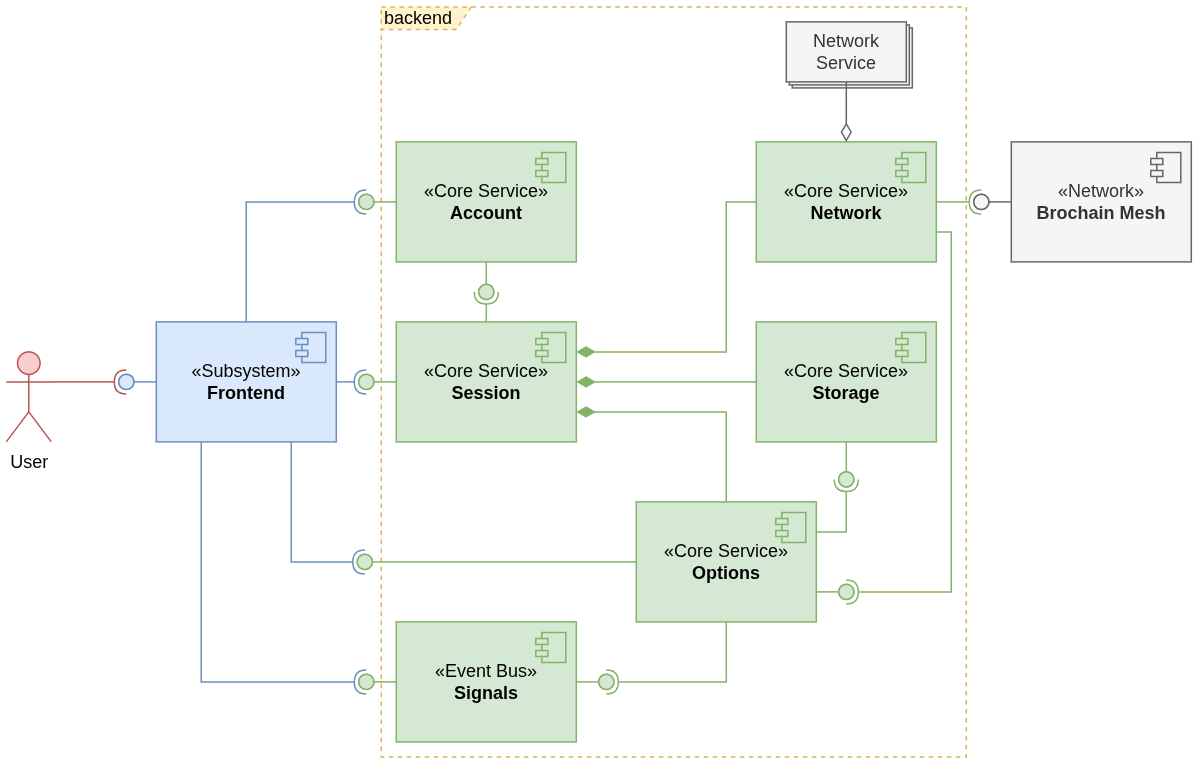
This is docs/brochain.vessel.backend.cmp.png from abetaev/brochain, a draw.io export, as it was before one commit. Source tidied: cells renumbered, new cells last; positions are measured from the earlier drawing's top-left corner, leaving out a move shared by most shapes.
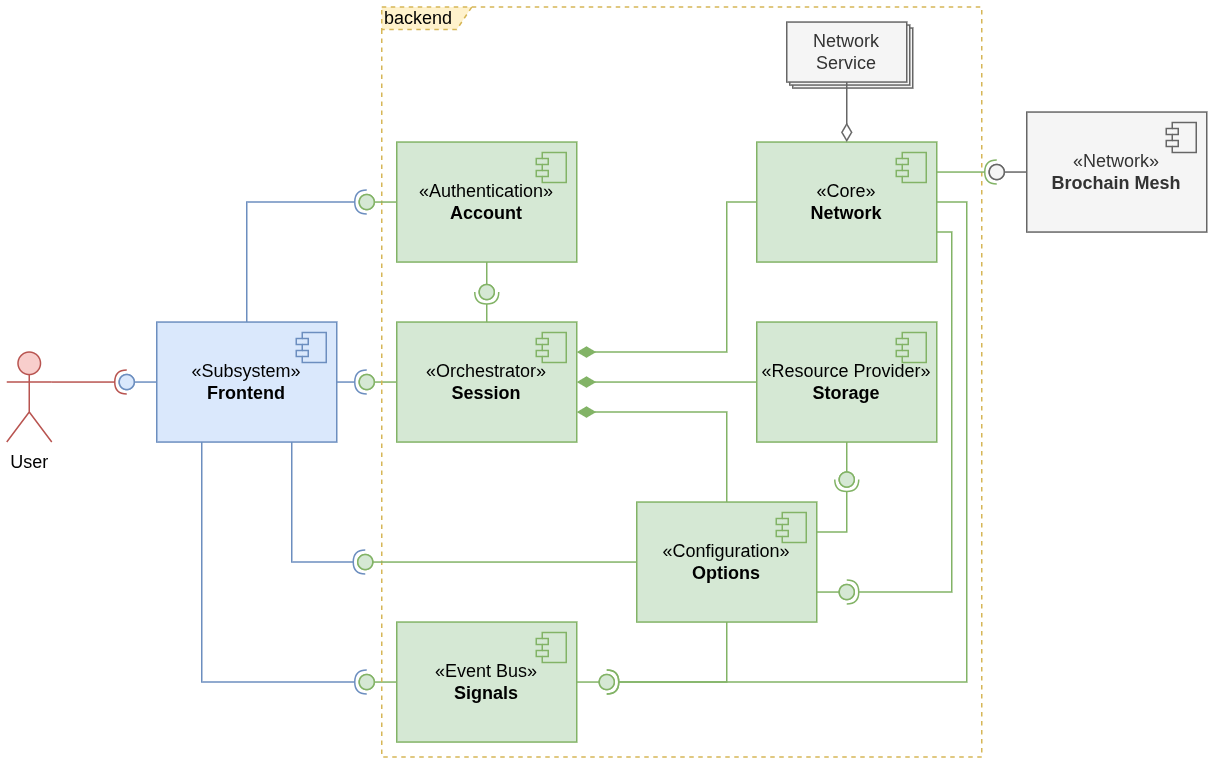
Later version of the same file.

Commit message:
vessel network architecture diagrams

The edit, as a diff of the source:
```diff
@@ -8,7 +8,7 @@
     <mxCell id="3" value="Network Service" style="html=1;whiteSpace=wrap;fillColor=#f5f5f5;strokeColor=#666666;fontColor=#333333;" parent="1" vertex="1">
       <mxGeometry x="522" y="12" width="80" height="40" as="geometry" />
     </mxCell>
-    <mxCell id="4" value="«Core Service»&lt;br&gt;&lt;b&gt;Session&lt;/b&gt;" style="html=1;whiteSpace=wrap;fillColor=#d5e8d4;strokeColor=#82b366;" parent="1" vertex="1">
+    <mxCell id="4" value="«Orchestrator»&lt;br&gt;&lt;b&gt;Session&lt;/b&gt;" style="html=1;whiteSpace=wrap;fillColor=#d5e8d4;strokeColor=#82b366;" parent="1" vertex="1">
       <mxGeometry x="260" y="210" width="120" height="80" as="geometry" />
     </mxCell>
     <mxCell id="5" style="shape=module;jettyWidth=8;jettyHeight=4;fillColor=#d5e8d4;strokeColor=#82b366;" parent="4" vertex="1">
@@ -16,7 +16,7 @@
         <mxPoint x="-27" y="7" as="offset" />
       </mxGeometry>
     </mxCell>
-    <mxCell id="6" value="«Core Service»&lt;br&gt;&lt;b&gt;Account&lt;/b&gt;" style="html=1;whiteSpace=wrap;fillColor=#d5e8d4;strokeColor=#82b366;" parent="1" vertex="1">
+    <mxCell id="6" value="«Authentication»&lt;br&gt;&lt;b&gt;Account&lt;/b&gt;" style="html=1;whiteSpace=wrap;fillColor=#d5e8d4;strokeColor=#82b366;" parent="1" vertex="1">
       <mxGeometry x="260" y="90" width="120" height="80" as="geometry" />
     </mxCell>
     <mxCell id="7" style="shape=module;jettyWidth=8;jettyHeight=4;fillColor=#d5e8d4;strokeColor=#82b366;" parent="6" vertex="1">
@@ -27,7 +27,7 @@
     <mxCell id="8" style="edgeStyle=orthogonalEdgeStyle;rounded=0;jettySize=auto;html=1;exitX=0;exitY=0.5;exitDx=0;exitDy=0;entryX=1;entryY=0.5;entryDx=0;entryDy=0;endArrow=diamondThin;endFill=1;endSize=10;fillColor=#d5e8d4;strokeColor=#82b366;" parent="1" edge="1" source="9" target="4">
       <mxGeometry relative="1" as="geometry" />
     </mxCell>
-    <mxCell id="9" value="«Core Service»&lt;br&gt;&lt;b&gt;Storage&lt;/b&gt;" style="html=1;whiteSpace=wrap;fillColor=#d5e8d4;strokeColor=#82b366;" parent="1" vertex="1">
+    <mxCell id="9" value="«Resource Provider»&lt;br&gt;&lt;b&gt;Storage&lt;/b&gt;" style="html=1;whiteSpace=wrap;fillColor=#d5e8d4;strokeColor=#82b366;" parent="1" vertex="1">
       <mxGeometry x="500" y="210" width="120" height="80" as="geometry" />
     </mxCell>
     <mxCell id="10" style="shape=module;jettyWidth=8;jettyHeight=4;fillColor=#d5e8d4;strokeColor=#82b366;" parent="9" vertex="1">
@@ -42,7 +42,7 @@
         </Array>
       </mxGeometry>
     </mxCell>
-    <mxCell id="12" value="«Core Service»&lt;br&gt;&lt;b&gt;Options&lt;/b&gt;" style="html=1;whiteSpace=wrap;fillColor=#d5e8d4;strokeColor=#82b366;" parent="1" vertex="1">
+    <mxCell id="12" value="«Configuration»&lt;br&gt;&lt;b&gt;Options&lt;/b&gt;" style="html=1;whiteSpace=wrap;fillColor=#d5e8d4;strokeColor=#82b366;" parent="1" vertex="1">
       <mxGeometry x="420" y="330" width="120" height="80" as="geometry" />
     </mxCell>
     <mxCell id="13" style="shape=module;jettyWidth=8;jettyHeight=4;fillColor=#d5e8d4;strokeColor=#82b366;" parent="12" vertex="1">
@@ -115,7 +115,7 @@
         </Array>
       </mxGeometry>
     </mxCell>
-    <mxCell id="30" value="«Core Service»&lt;br&gt;&lt;b&gt;Network&lt;/b&gt;" style="html=1;whiteSpace=wrap;fillColor=#d5e8d4;strokeColor=#82b366;" parent="1" vertex="1">
+    <mxCell id="30" value="«Core»&lt;br&gt;&lt;b&gt;Network&lt;/b&gt;" style="html=1;whiteSpace=wrap;fillColor=#d5e8d4;strokeColor=#82b366;" parent="1" vertex="1">
       <mxGeometry x="500" y="90" width="120" height="80" as="geometry" />
     </mxCell>
     <mxCell id="31" style="shape=module;jettyWidth=8;jettyHeight=4;fillColor=#d5e8d4;strokeColor=#82b366;" parent="30" vertex="1">
@@ -160,7 +160,7 @@
       <mxGeometry x="235" y="445" width="10" height="10" as="geometry" />
     </mxCell>
     <mxCell id="42" value="backend" style="shape=umlFrame;whiteSpace=wrap;html=1;width=60;height=15;fillColor=#fff2cc;strokeColor=#d6b656;dashed=1;align=left;" parent="1" vertex="1">
-      <mxGeometry x="250" width="390" height="500" as="geometry" />
+      <mxGeometry x="250" width="400" height="500" as="geometry" />
     </mxCell>
     <mxCell id="43" style="rounded=0;jettySize=auto;html=1;endArrow=halfCircle;endFill=0;endSize=6;strokeWidth=1;sketch=0;exitX=0.5;exitY=0;exitDx=0;exitDy=0;fillColor=#dae8fc;strokeColor=#6c8ebf;edgeStyle=orthogonalEdgeStyle;" parent="1" edge="1" source="34" target="45">
       <mxGeometry relative="1" as="geometry">
@@ -178,7 +178,7 @@
       <mxGeometry x="235" y="125" width="10" height="10" as="geometry" />
     </mxCell>
     <mxCell id="46" value="«Network»&lt;br&gt;&lt;b&gt;Brochain Mesh&lt;/b&gt;" style="html=1;whiteSpace=wrap;fillColor=#f5f5f5;strokeColor=#666666;fontColor=#333333;" parent="1" vertex="1">
-      <mxGeometry x="670" y="90" width="120" height="80" as="geometry" />
+      <mxGeometry x="680" y="70" width="120" height="80" as="geometry" />
     </mxCell>
     <mxCell id="47" style="shape=module;jettyWidth=8;jettyHeight=4;fillColor=#f5f5f5;strokeColor=#666666;fontColor=#333333;" parent="46" vertex="1">
       <mxGeometry x="1" width="20" height="20" relative="1" as="geometry">
@@ -187,16 +187,16 @@
     </mxCell>
     <mxCell id="48" style="rounded=0;jettySize=auto;html=1;endArrow=halfCircle;endFill=0;endSize=6;strokeWidth=1;sketch=0;exitX=1;exitY=0.5;exitDx=0;exitDy=0;fillColor=#d5e8d4;strokeColor=#82b366;" parent="1" edge="1" target="50">
       <mxGeometry relative="1" as="geometry">
-        <mxPoint x="620" y="130" as="sourcePoint" />
+        <mxPoint x="620" y="110" as="sourcePoint" />
       </mxGeometry>
     </mxCell>
     <mxCell id="49" style="rounded=0;jettySize=auto;html=1;endArrow=oval;endFill=0;sketch=0;sourcePerimeterSpacing=0;targetPerimeterSpacing=0;endSize=10;exitX=0;exitY=0.5;exitDx=0;exitDy=0;fillColor=#f5f5f5;strokeColor=#666666;" parent="1" edge="1" target="50">
       <mxGeometry relative="1" as="geometry">
-        <mxPoint x="670" y="130" as="sourcePoint" />
+        <mxPoint x="680" y="110" as="sourcePoint" />
       </mxGeometry>
     </mxCell>
     <mxCell id="50" style="ellipse;whiteSpace=wrap;html=1;align=center;fillColor=#f5f5f5;strokeColor=#666666;perimeter=centerPerimeter;points=[];outlineConnect=1;fontColor=#333333;" parent="1" vertex="1">
-      <mxGeometry x="645" y="125" width="10" height="10" as="geometry" />
+      <mxGeometry x="655" y="105" width="10" height="10" as="geometry" />
     </mxCell>
     <mxCell id="51" style="rounded=0;jettySize=auto;html=1;endArrow=halfCircle;endFill=0;endSize=6;strokeWidth=1;sketch=0;exitX=1;exitY=0.75;exitDx=0;exitDy=0;fillColor=#d5e8d4;strokeColor=#82b366;edgeStyle=orthogonalEdgeStyle;" parent="1" edge="1" source="30" target="53">
       <mxGeometry relative="1" as="geometry">
@@ -225,5 +225,14 @@
     <mxCell id="56" style="ellipse;whiteSpace=wrap;html=1;align=center;fillColor=#d5e8d4;strokeColor=#82b366;perimeter=centerPerimeter;points=[];outlineConnect=1;" parent="1" vertex="1">
       <mxGeometry x="234" y="365" width="10" height="10" as="geometry" />
     </mxCell>
+    <mxCell id="57" style="rounded=0;jettySize=auto;html=1;endArrow=halfCircle;endFill=0;endSize=6;strokeWidth=1;sketch=0;exitX=1;exitY=0.5;exitDx=0;exitDy=0;fillColor=#d5e8d4;strokeColor=#82b366;entryX=0.865;entryY=0.777;entryDx=0;entryDy=0;entryPerimeter=0;edgeStyle=orthogonalEdgeStyle;" parent="1" edge="1" target="18">
+      <mxGeometry relative="1" as="geometry">
+        <mxPoint x="620" y="130" as="sourcePoint" />
+        <Array as="points">
+          <mxPoint x="640" y="130" />
+          <mxPoint x="640" y="450" />
+        </Array>
+      </mxGeometry>
+    </mxCell>
   </root>
 </mxGraphModel>
```
